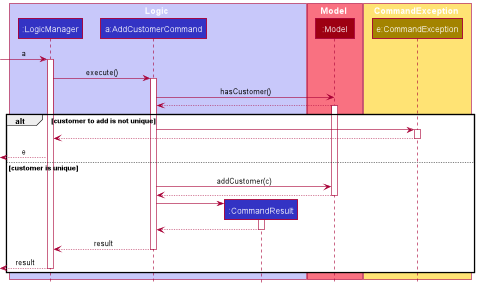
Earlier version of the PlantUML export docs/images/AddCustomerSequenceDiagram2.png (nus-cs2103-AY2122S2/tp). Source of this version:
```plantuml
@startuml
!include style.puml

box Logic LOGIC_COLOR_T1
participant ":LogicManager" as LogicManager LOGIC_COLOR
participant "a:AddCustomerCommand" as AddCustomerCommand LOGIC_COLOR
participant ":CommandResult" as CommandResult LOGIC_COLOR
end box

box Model MODEL_COLOR_T1
participant ":Model" as Model MODEL_COLOR
end box

box CommandException STORAGE_COLOR_T1
participant "e:CommandException" as CommandException STORAGE_COLOR
end box

[-> LogicManager : a
activate LogicManager

LogicManager -> AddCustomerCommand : execute()
activate AddCustomerCommand

AddCustomerCommand -> Model : hasCustomer()
Model --> AddCustomerCommand
activate Model
alt customer to add is not unique
AddCustomerCommand -> CommandException
activate CommandException

CommandException --> LogicManager
deactivate CommandException

[<--LogicManager : e

else customer is unique

 AddCustomerCommand -> Model : addCustomer(c)
    Model --> AddCustomerCommand
    deactivate Model
    create CommandResult
    AddCustomerCommand -> CommandResult
    activate CommandResult

    CommandResult --> AddCustomerCommand
    deactivate CommandResult

    AddCustomerCommand --> LogicManager : result
    deactivate AddCustomerCommand

    [<--LogicManager : result

deactivate LogicManager
end


@enduml
```
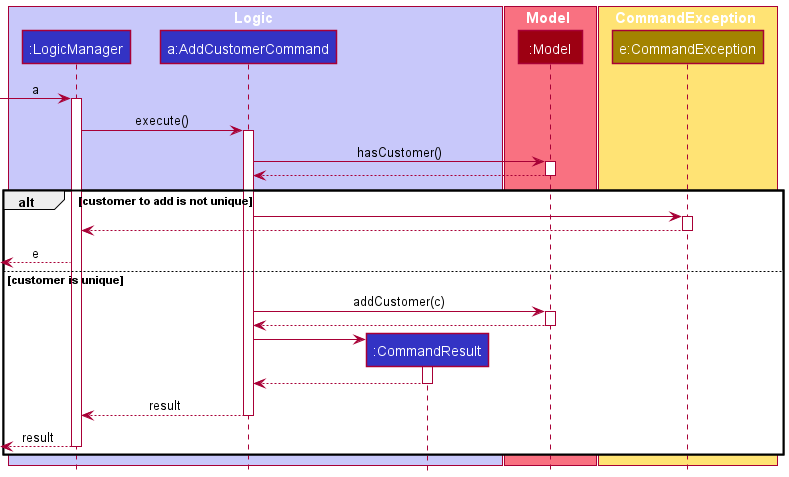
Above is the later version.

Change to the diagram source:
```diff
@@ -22,8 +22,10 @@
 activate AddCustomerCommand
 
 AddCustomerCommand -> Model : hasCustomer()
+activate Model
 Model --> AddCustomerCommand
-activate Model
+deactivate Model
+
 alt customer to add is not unique
 AddCustomerCommand -> CommandException
 activate CommandException
@@ -36,6 +38,7 @@
 else customer is unique
 
  AddCustomerCommand -> Model : addCustomer(c)
+    activate Model
     Model --> AddCustomerCommand
     deactivate Model
     create CommandResult
```
